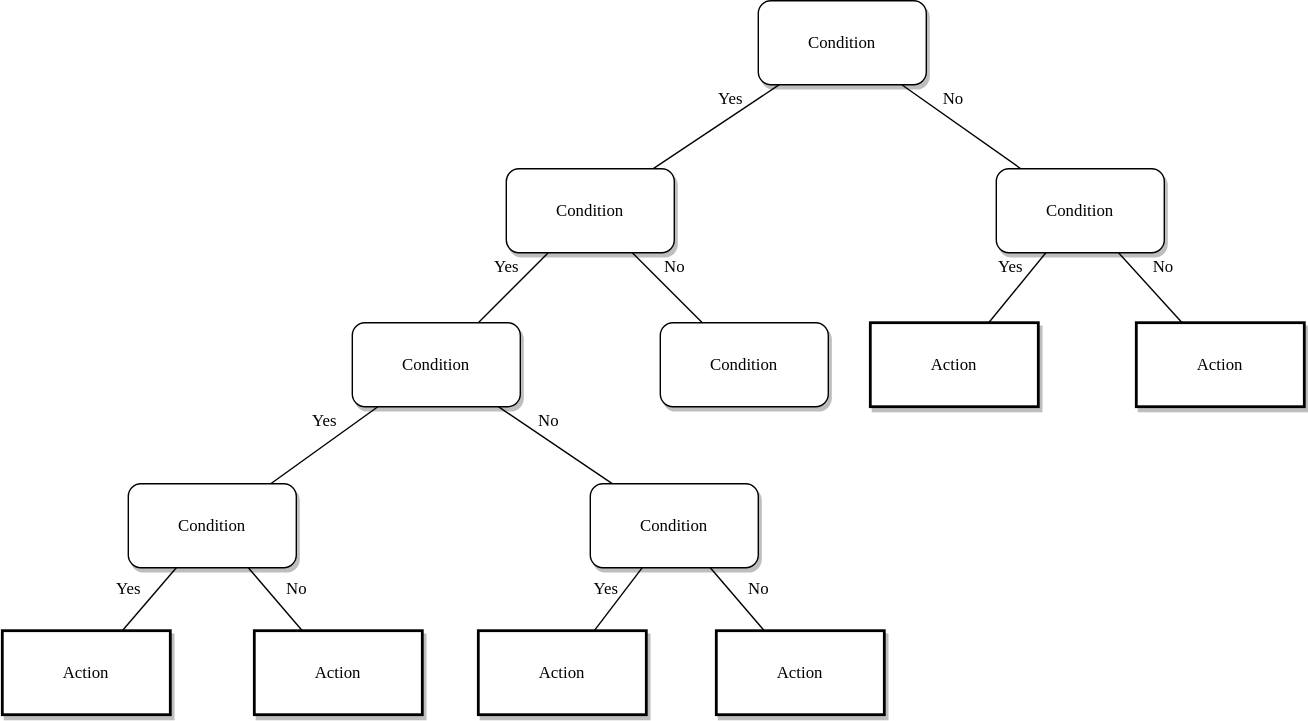
The draw.io diagram Untitled Diagram.drawio.svg in kleinjoshuaa/teachyourselfCS, before a commit. Source tidied: cells renumbered, new cells last; positions are measured from the earlier drawing's top-left corner, leaving out a move shared by most shapes.
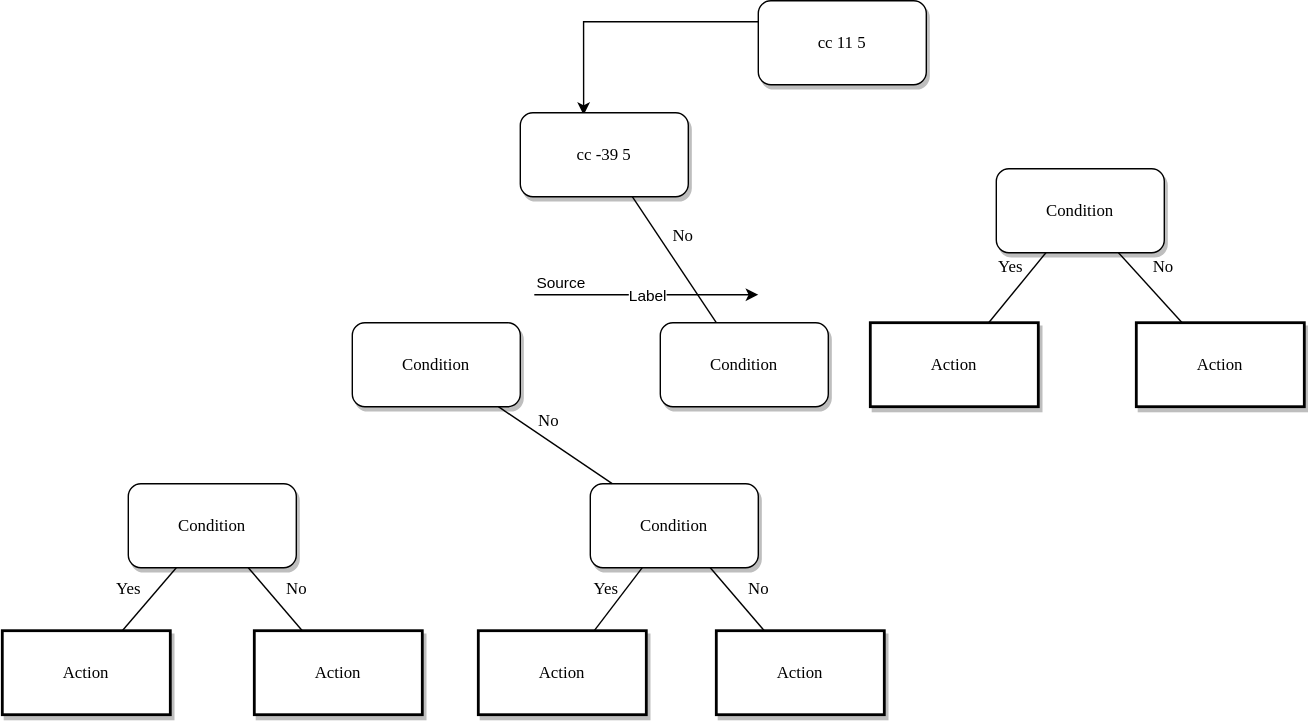
The same file after the commit.

Diff of the diagram source:
```diff
@@ -2,21 +2,18 @@
   <root>
     <mxCell id="0" />
     <mxCell id="1" parent="0" />
+    <mxCell id="6" style="edgeStyle=orthogonalEdgeStyle;rounded=0;jettySize=auto;html=1;exitX=0;exitY=0.25;exitDx=0;exitDy=0;entryX=0.377;entryY=0.027;entryDx=0;entryDy=0;entryPerimeter=0;" parent="1" edge="1" source="2" target="3">
+      <mxGeometry relative="1" as="geometry" />
+    </mxCell>
-    <mxCell id="2" value="Condition" style="whiteSpace=wrap;html=1;rounded=1;shadow=1;labelBackgroundColor=none;strokeWidth=1;fontFamily=Verdana;fontSize=12;align=center;" parent="1" vertex="1">
+    <mxCell id="2" value="cc 11 5" style="whiteSpace=wrap;html=1;rounded=1;shadow=1;labelBackgroundColor=none;strokeWidth=1;fontFamily=Verdana;fontSize=12;align=center;" parent="1" vertex="1">
       <mxGeometry x="540" width="120" height="60" as="geometry" />
     </mxCell>
-    <mxCell id="3" value="&lt;span&gt;Condition&lt;/span&gt;" style="whiteSpace=wrap;html=1;rounded=1;shadow=1;labelBackgroundColor=none;strokeWidth=1;fontFamily=Verdana;fontSize=12;align=center;" parent="1" vertex="1">
-      <mxGeometry x="360" y="120" width="120" height="60" as="geometry" />
+    <mxCell id="3" value="cc -39 5" style="whiteSpace=wrap;html=1;rounded=1;shadow=1;labelBackgroundColor=none;strokeWidth=1;fontFamily=Verdana;fontSize=12;align=center;" parent="1" vertex="1">
+      <mxGeometry x="370" y="80" width="120" height="60" as="geometry" />
     </mxCell>
     <mxCell id="4" value="&lt;span&gt;Condition&lt;/span&gt;" style="whiteSpace=wrap;html=1;rounded=1;shadow=1;labelBackgroundColor=none;strokeWidth=1;fontFamily=Verdana;fontSize=12;align=center;" parent="1" vertex="1">
       <mxGeometry x="710" y="120" width="120" height="60" as="geometry" />
     </mxCell>
-    <mxCell id="5" value="No" style="rounded=0;html=1;labelBackgroundColor=none;startArrow=none;startFill=0;startSize=5;endArrow=none;endFill=0;endSize=5;jettySize=auto;strokeWidth=1;fontFamily=Verdana;fontSize=12;" parent="1" edge="1" source="2" target="4">
-      <mxGeometry x="-0.3" y="13" relative="1" as="geometry" />
-    </mxCell>
-    <mxCell id="6" value="Yes" style="rounded=0;html=1;labelBackgroundColor=none;startArrow=none;startFill=0;startSize=5;endArrow=none;endFill=0;endSize=5;jettySize=auto;strokeWidth=1;fontFamily=Verdana;fontSize=12;" parent="1" edge="1" source="2" target="3">
-      <mxGeometry x="-0.36" y="-11" relative="1" as="geometry" />
-    </mxCell>
     <mxCell id="7" value="&lt;span&gt;Condition&lt;/span&gt;" style="whiteSpace=wrap;html=1;rounded=1;shadow=1;labelBackgroundColor=none;strokeWidth=1;fontFamily=Verdana;fontSize=12;align=center;" parent="1" vertex="1">
       <mxGeometry x="250" y="230" width="120" height="60" as="geometry" />
     </mxCell>
@@ -35,9 +32,6 @@
     <mxCell id="12" value="&lt;span&gt;Condition&lt;/span&gt;" style="whiteSpace=wrap;html=1;rounded=1;shadow=1;labelBackgroundColor=none;strokeWidth=1;fontFamily=Verdana;fontSize=12;align=center;" parent="1" vertex="1">
       <mxGeometry x="420" y="345" width="120" height="60" as="geometry" />
     </mxCell>
-    <mxCell id="13" value="Yes" style="rounded=0;html=1;labelBackgroundColor=none;startArrow=none;startFill=0;startSize=5;endArrow=none;endFill=0;endSize=5;jettySize=auto;strokeWidth=1;fontFamily=Verdana;fontSize=12;" parent="1" edge="1" source="3" target="7">
-      <mxGeometry x="-0.2" y="-14" relative="1" as="geometry" />
-    </mxCell>
     <mxCell id="14" value="No" style="rounded=0;html=1;labelBackgroundColor=none;startArrow=none;startFill=0;startSize=5;endArrow=none;endFill=0;endSize=5;jettySize=auto;strokeWidth=1;fontFamily=Verdana;fontSize=12;" parent="1" edge="1" source="3" target="8">
       <mxGeometry x="-0.2" y="14" relative="1" as="geometry" />
     </mxCell>
@@ -47,9 +41,6 @@
     <mxCell id="16" value="No" style="rounded=0;html=1;labelBackgroundColor=none;startArrow=none;startFill=0;startSize=5;endArrow=none;endFill=0;endSize=5;jettySize=auto;strokeWidth=1;fontFamily=Verdana;fontSize=12;" parent="1" edge="1" source="4" target="10">
       <mxGeometry x="-0.13" y="17" relative="1" as="geometry" />
     </mxCell>
-    <mxCell id="17" value="Yes" style="rounded=0;html=1;labelBackgroundColor=none;startArrow=none;startFill=0;startSize=5;endArrow=none;endFill=0;endSize=5;jettySize=auto;strokeWidth=1;fontFamily=Verdana;fontSize=12;" parent="1" edge="1" source="7" target="11">
-      <mxGeometry x="-0.22" y="-14" relative="1" as="geometry" />
-    </mxCell>
     <mxCell id="18" value="No" style="rounded=0;html=1;labelBackgroundColor=none;startArrow=none;startFill=0;startSize=5;endArrow=none;endFill=0;endSize=5;jettySize=auto;strokeWidth=1;fontFamily=Verdana;fontSize=12;" parent="1" edge="1" source="7" target="12">
       <mxGeometry x="-0.28" y="12" relative="1" as="geometry" />
     </mxCell>
@@ -77,5 +68,17 @@
     <mxCell id="26" value="No" style="rounded=0;html=1;labelBackgroundColor=none;startArrow=none;startFill=0;startSize=5;endArrow=none;endFill=0;endSize=5;jettySize=auto;strokeWidth=1;fontFamily=Verdana;fontSize=12;" parent="1" edge="1" source="12" target="22">
       <mxGeometry x="0.14" y="16" relative="1" as="geometry" />
     </mxCell>
+    <mxCell id="27" style="endArrow=classic;html=1;rounded=0;edgeStyle=orthogonalEdgeStyle;" parent="1" edge="1">
+      <mxGeometry relative="1" as="geometry">
+        <mxPoint x="380" y="210" as="sourcePoint" />
+        <mxPoint x="540" y="210" as="targetPoint" />
+      </mxGeometry>
+    </mxCell>
+    <mxCell id="28" value="Label" style="edgeLabel;html=1;align=center;verticalAlign=middle;" parent="27" vertex="1">
+      <mxGeometry relative="1" as="geometry" />
+    </mxCell>
+    <mxCell id="29" value="Source" style="edgeLabel;html=1;align=left;verticalAlign=bottom;" parent="27" vertex="1">
+      <mxGeometry x="-1" relative="1" as="geometry" />
+    </mxCell>
   </root>
 </mxGraphModel>
```
